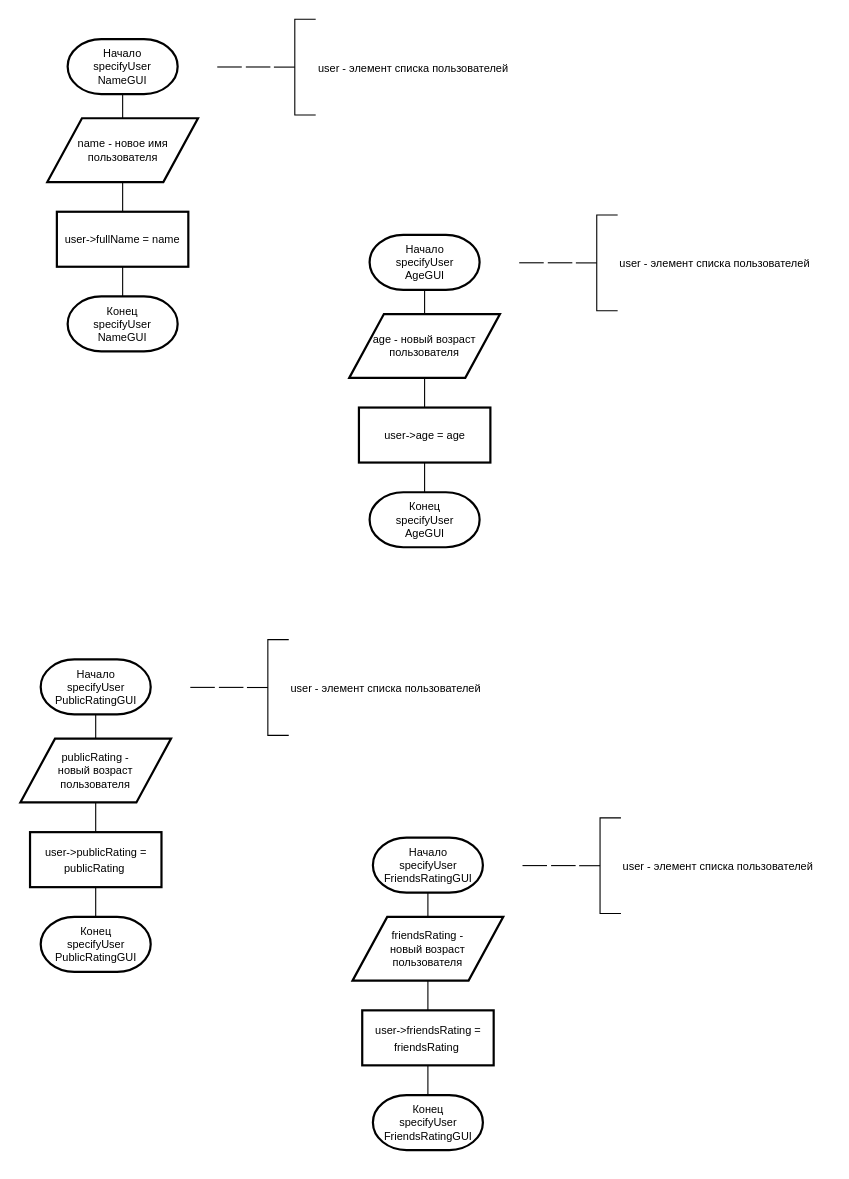
This is page "specify" (9 of 29) of course_work_2/3311sharpinskiy-course_work.drawio from Pyc-Nya/leti-programming-1-course, a draw.io file, before an edit. Source tidied: cells renumbered, new cells numbered last; positions are measured from the earlier drawing's top-left corner, leaving out a move shared by most shapes. Both pictures are drawn from the tidied source at 110%, with x=0, y=0 at pixel (20, 19).
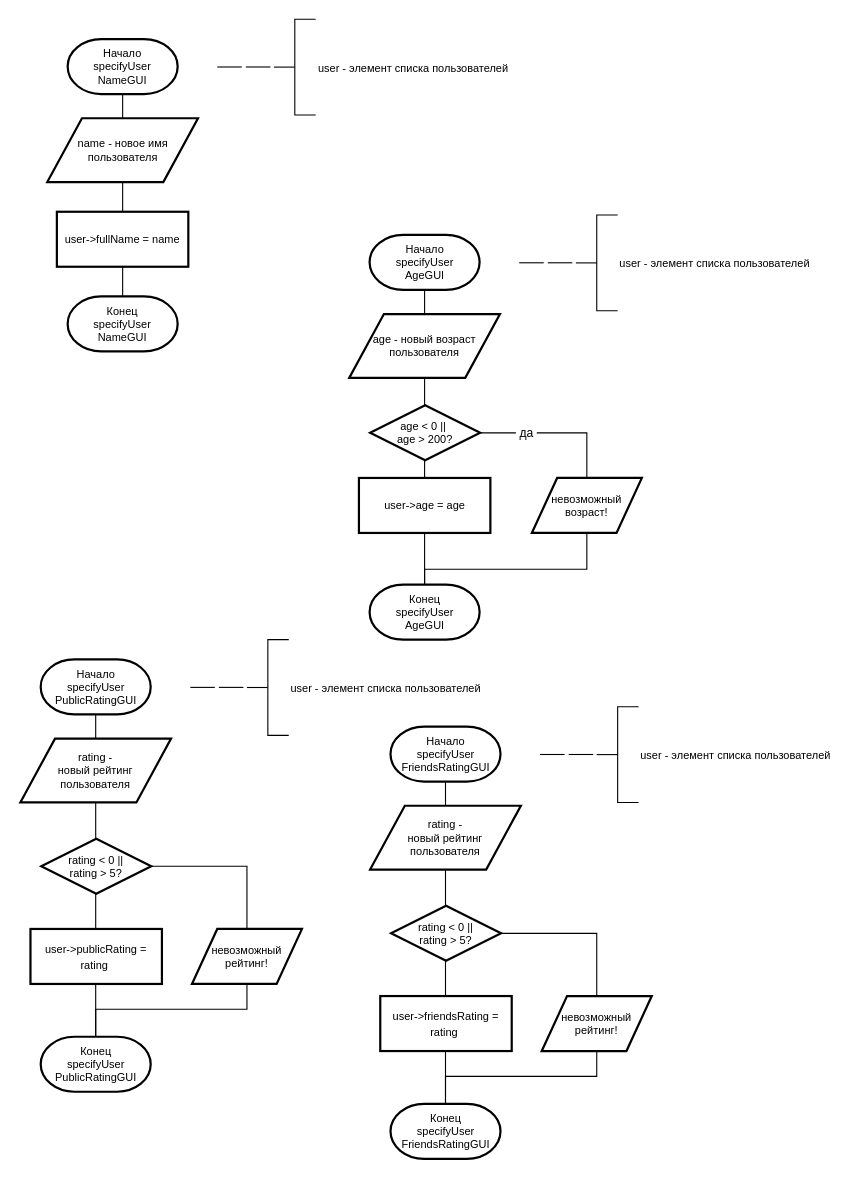
Above is the later version.

The edit, as a diff of the source:
```diff
@@
     <mxCell id="12" value="Конец&lt;br&gt;specifyUser&lt;br style=&quot;border-color: var(--border-color);&quot;&gt;AgeGUI" style="strokeWidth=2;html=1;shape=mxgraph.flowchart.terminator;whiteSpace=wrap;fontSize=10;" parent="1" vertex="1">
-      <mxGeometry x="317.5" y="430" width="100" height="50" as="geometry" />
+      <mxGeometry x="317.5" y="514" width="100" height="50" as="geometry" />
     </mxCell>
@@
     <mxCell id="17" value="&lt;font style=&quot;font-size: 10px;&quot;&gt;user-&amp;gt;age = age&lt;/font&gt;" style="rounded=0;whiteSpace=wrap;html=1;absoluteArcSize=1;arcSize=14;strokeWidth=2;" parent="1" vertex="1">
-      <mxGeometry x="307.8" y="353" width="119.5" height="50" as="geometry" />
+      <mxGeometry x="307.8" y="417" width="119.5" height="50" as="geometry" />
     </mxCell>
@@
     <mxCell id="20" value="Конец&lt;br&gt;specifyUser&lt;br style=&quot;border-color: var(--border-color);&quot;&gt;PublicRatingGUI" style="strokeWidth=2;html=1;shape=mxgraph.flowchart.terminator;whiteSpace=wrap;fontSize=10;" parent="1" vertex="1">
-      <mxGeometry x="18.5" y="816" width="100" height="50" as="geometry" />
+      <mxGeometry x="18.5" y="925" width="100" height="50" as="geometry" />
     </mxCell>
@@
-    <mxCell id="24" value="publicRating - &lt;br&gt;новый возраст &lt;br&gt;пользователя" style="shape=parallelogram;html=1;strokeWidth=2;perimeter=parallelogramPerimeter;whiteSpace=wrap;rounded=0;arcSize=12;size=0.23;fontSize=10;" parent="1" vertex="1">
+    <mxCell id="24" value="rating - &lt;br&gt;новый рейтинг&lt;br&gt;пользователя" style="shape=parallelogram;html=1;strokeWidth=2;perimeter=parallelogramPerimeter;whiteSpace=wrap;rounded=0;arcSize=12;size=0.23;fontSize=10;" parent="1" vertex="1">
       <mxGeometry y="654" width="137" height="58" as="geometry" />
     </mxCell>
-    <mxCell id="25" value="&lt;font style=&quot;font-size: 10px;&quot;&gt;&lt;font style=&quot;font-size: 10px;&quot;&gt;&amp;nbsp;user-&amp;gt;publicRating&amp;nbsp;=&amp;nbsp;&lt;br&gt;&lt;/font&gt;publicRating&amp;nbsp;&lt;br&gt;&lt;/font&gt;" style="rounded=0;whiteSpace=wrap;html=1;absoluteArcSize=1;arcSize=14;strokeWidth=2;" parent="1" vertex="1">
-      <mxGeometry x="8.8" y="739" width="119.5" height="50" as="geometry" />
+    <mxCell id="25" value="&lt;font style=&quot;font-size: 10px;&quot;&gt;&lt;font style=&quot;font-size: 10px;&quot;&gt;&amp;nbsp;user-&amp;gt;publicRating&amp;nbsp;=&amp;nbsp;&lt;br&gt;&lt;/font&gt;rating&amp;nbsp;&lt;br&gt;&lt;/font&gt;" style="rounded=0;whiteSpace=wrap;html=1;absoluteArcSize=1;arcSize=14;strokeWidth=2;" parent="1" vertex="1">
+      <mxGeometry x="9.2" y="827" width="119.5" height="50" as="geometry" />
     </mxCell>
+    <mxCell id="34" style="edgeStyle=orthogonalEdgeStyle;rounded=0;jettySize=auto;html=1;entryX=0.5;entryY=0;entryDx=0;entryDy=0;endArrow=none;endFill=0;" parent="1" edge="1" source="36" target="37">
+      <mxGeometry relative="1" as="geometry" />
+    </mxCell>
+    <mxCell id="35" value="&amp;nbsp;да&amp;nbsp;" style="edgeLabel;html=1;align=center;verticalAlign=middle;" parent="34" vertex="1">
+      <mxGeometry x="-0.41" y="1" relative="1" as="geometry" />
+    </mxCell>
+    <mxCell id="36" value="age &amp;lt; 0 ||&amp;nbsp;&lt;br&gt;age &amp;gt; 200?" style="strokeWidth=2;html=1;shape=mxgraph.flowchart.decision;whiteSpace=wrap;fontSize=10;" parent="1" vertex="1">
+      <mxGeometry x="318" y="351" width="100" height="50" as="geometry" />
+    </mxCell>
+    <mxCell id="37" value="невозможный возраст!" style="shape=parallelogram;html=1;strokeWidth=2;perimeter=parallelogramPerimeter;whiteSpace=wrap;rounded=0;arcSize=12;size=0.23;fontSize=10;" parent="1" vertex="1">
+      <mxGeometry x="465" y="417" width="100" height="50" as="geometry" />
+    </mxCell>
+    <mxCell id="38" style="edgeStyle=orthogonalEdgeStyle;rounded=0;jettySize=auto;html=1;entryX=0.5;entryY=0;entryDx=0;entryDy=0;entryPerimeter=0;endArrow=none;endFill=0;" parent="1" edge="1" source="37" target="12">
+      <mxGeometry relative="1" as="geometry">
+        <Array as="points">
+          <mxPoint x="515" y="500" />
+          <mxPoint x="368" y="500" />
+        </Array>
+      </mxGeometry>
+    </mxCell>
+    <mxCell id="39" style="edgeStyle=orthogonalEdgeStyle;rounded=0;jettySize=auto;html=1;entryX=0.5;entryY=0;entryDx=0;entryDy=0;endArrow=none;endFill=0;" parent="1" edge="1" source="40" target="41">
+      <mxGeometry relative="1" as="geometry" />
+    </mxCell>
+    <mxCell id="40" value="rating &amp;lt; 0 ||&lt;br&gt;rating &amp;gt; 5?" style="strokeWidth=2;html=1;shape=mxgraph.flowchart.decision;whiteSpace=wrap;fontSize=10;" parent="1" vertex="1">
+      <mxGeometry x="19" y="745" width="100" height="50" as="geometry" />
+    </mxCell>
+    <mxCell id="41" value="невозможный рейтинг!" style="shape=parallelogram;html=1;strokeWidth=2;perimeter=parallelogramPerimeter;whiteSpace=wrap;rounded=0;arcSize=12;size=0.23;fontSize=10;" parent="1" vertex="1">
+      <mxGeometry x="156" y="827" width="100" height="50" as="geometry" />
+    </mxCell>
+    <mxCell id="42" style="edgeStyle=orthogonalEdgeStyle;rounded=0;jettySize=auto;html=1;entryX=0.5;entryY=0;entryDx=0;entryDy=0;entryPerimeter=0;endArrow=none;endFill=0;" parent="1" edge="1" source="41" target="20">
+      <mxGeometry relative="1" as="geometry">
+        <Array as="points">
+          <mxPoint x="206" y="900" />
+          <mxPoint x="69" y="900" />
+        </Array>
+      </mxGeometry>
+    </mxCell>
@@
     <mxCell id="27" value="Начало&lt;br&gt;specifyUser&lt;br&gt;FriendsRatingGUI" style="strokeWidth=2;html=1;shape=mxgraph.flowchart.terminator;whiteSpace=wrap;fontSize=10;" parent="1" vertex="1">
-      <mxGeometry x="320.5" y="744" width="100" height="50" as="geometry" />
+      <mxGeometry x="336.5" y="643" width="100" height="50" as="geometry" />
     </mxCell>
     <mxCell id="28" value="Конец&lt;br&gt;specifyUser&lt;br style=&quot;border-color: var(--border-color);&quot;&gt;FriendsRatingGUI" style="strokeWidth=2;html=1;shape=mxgraph.flowchart.terminator;whiteSpace=wrap;fontSize=10;" parent="1" vertex="1">
-      <mxGeometry x="320.5" y="978" width="100" height="50" as="geometry" />
+      <mxGeometry x="336.5" y="986" width="100" height="50" as="geometry" />
     </mxCell>
-    <mxCell id="29" style="edgeStyle=orthogonalEdgeStyle;rounded=0;orthogonalLoop=1;jettySize=auto;html=1;endArrow=none;endFill=0;" parent="1" edge="1">
-      <mxGeometry relative="1" as="geometry">
-        <mxPoint x="456.5" y="769.4" as="sourcePoint" />
-        <mxPoint x="478.8" y="769.6" as="targetPoint" />
-      </mxGeometry>
-    </mxCell>
+    <mxCell id="43" style="edgeStyle=orthogonalEdgeStyle;rounded=0;orthogonalLoop=1;jettySize=auto;html=1;endArrow=none;endFill=0;" parent="1" edge="1">
+      <mxGeometry relative="1" as="geometry">
+        <mxPoint x="472.5" y="668.4" as="sourcePoint" />
+        <mxPoint x="494.8" y="668.6" as="targetPoint" />
+      </mxGeometry>
+    </mxCell>
     <mxCell id="30" value="&lt;span style=&quot;font-size: 10px;&quot;&gt;user - элемент списка пользователей&lt;/span&gt;" style="strokeWidth=1;html=1;shape=mxgraph.flowchart.annotation_2;align=left;labelPosition=right;" parent="1" vertex="1">
-      <mxGeometry x="508" y="726" width="38" height="87" as="geometry" />
+      <mxGeometry x="524" y="625" width="38" height="87" as="geometry" />
     </mxCell>
-    <mxCell id="31" style="edgeStyle=orthogonalEdgeStyle;rounded=0;orthogonalLoop=1;jettySize=auto;html=1;endArrow=none;endFill=0;" parent="1" edge="1">
-      <mxGeometry relative="1" as="geometry">
-        <mxPoint x="482.5" y="769.4" as="sourcePoint" />
-        <mxPoint x="504.8" y="769.6" as="targetPoint" />
-      </mxGeometry>
-    </mxCell>
-    <mxCell id="32" value="friendsRating - &lt;br&gt;новый возраст &lt;br&gt;пользователя" style="shape=parallelogram;html=1;strokeWidth=2;perimeter=parallelogramPerimeter;whiteSpace=wrap;rounded=0;arcSize=12;size=0.23;fontSize=10;" parent="1" vertex="1">
-      <mxGeometry x="302" y="816" width="137" height="58" as="geometry" />
-    </mxCell>
-    <mxCell id="33" value="&lt;font style=&quot;font-size: 10px;&quot;&gt;&lt;font style=&quot;font-size: 10px;&quot;&gt;&amp;nbsp;user-&amp;gt;friendsRating&amp;nbsp;=&amp;nbsp;&lt;br&gt;&lt;/font&gt;friendsRating&amp;nbsp;&lt;/font&gt;" style="rounded=0;whiteSpace=wrap;html=1;absoluteArcSize=1;arcSize=14;strokeWidth=2;" parent="1" vertex="1">
-      <mxGeometry x="310.8" y="901" width="119.5" height="50" as="geometry" />
-    </mxCell>
+    <mxCell id="44" style="edgeStyle=orthogonalEdgeStyle;rounded=0;orthogonalLoop=1;jettySize=auto;html=1;endArrow=none;endFill=0;" parent="1" edge="1">
+      <mxGeometry relative="1" as="geometry">
+        <mxPoint x="498.5" y="668.4" as="sourcePoint" />
+        <mxPoint x="520.8" y="668.6" as="targetPoint" />
+      </mxGeometry>
+    </mxCell>
+    <mxCell id="45" value="rating - &lt;br&gt;новый рейтинг&lt;br&gt;пользователя" style="shape=parallelogram;html=1;strokeWidth=2;perimeter=parallelogramPerimeter;whiteSpace=wrap;rounded=0;arcSize=12;size=0.23;fontSize=10;" parent="1" vertex="1">
+      <mxGeometry x="318" y="715" width="137" height="58" as="geometry" />
+    </mxCell>
+    <mxCell id="46" value="&lt;font style=&quot;font-size: 10px;&quot;&gt;&lt;font style=&quot;font-size: 10px;&quot;&gt;&amp;nbsp;user-&amp;gt;friendsRating&amp;nbsp;=&amp;nbsp;&lt;br&gt;&lt;/font&gt;rating&amp;nbsp;&lt;br&gt;&lt;/font&gt;" style="rounded=0;whiteSpace=wrap;html=1;absoluteArcSize=1;arcSize=14;strokeWidth=2;" parent="1" vertex="1">
+      <mxGeometry x="327.2" y="888" width="119.5" height="50" as="geometry" />
+    </mxCell>
+    <mxCell id="47" style="edgeStyle=orthogonalEdgeStyle;rounded=0;jettySize=auto;html=1;entryX=0.5;entryY=0;entryDx=0;entryDy=0;endArrow=none;endFill=0;" parent="1" edge="1" source="48" target="49">
+      <mxGeometry relative="1" as="geometry" />
+    </mxCell>
+    <mxCell id="48" value="rating &amp;lt; 0 ||&lt;br&gt;rating &amp;gt; 5?" style="strokeWidth=2;html=1;shape=mxgraph.flowchart.decision;whiteSpace=wrap;fontSize=10;" parent="1" vertex="1">
+      <mxGeometry x="337" y="806" width="100" height="50" as="geometry" />
+    </mxCell>
+    <mxCell id="49" value="невозможный рейтинг!" style="shape=parallelogram;html=1;strokeWidth=2;perimeter=parallelogramPerimeter;whiteSpace=wrap;rounded=0;arcSize=12;size=0.23;fontSize=10;" parent="1" vertex="1">
+      <mxGeometry x="474" y="888" width="100" height="50" as="geometry" />
+    </mxCell>
+    <mxCell id="50" style="edgeStyle=orthogonalEdgeStyle;rounded=0;jettySize=auto;html=1;entryX=0.5;entryY=0;entryDx=0;entryDy=0;entryPerimeter=0;endArrow=none;endFill=0;" parent="1" edge="1" source="49" target="28">
+      <mxGeometry relative="1" as="geometry">
+        <Array as="points">
+          <mxPoint x="524" y="961" />
+          <mxPoint x="387" y="961" />
+        </Array>
+      </mxGeometry>
+    </mxCell>
```
